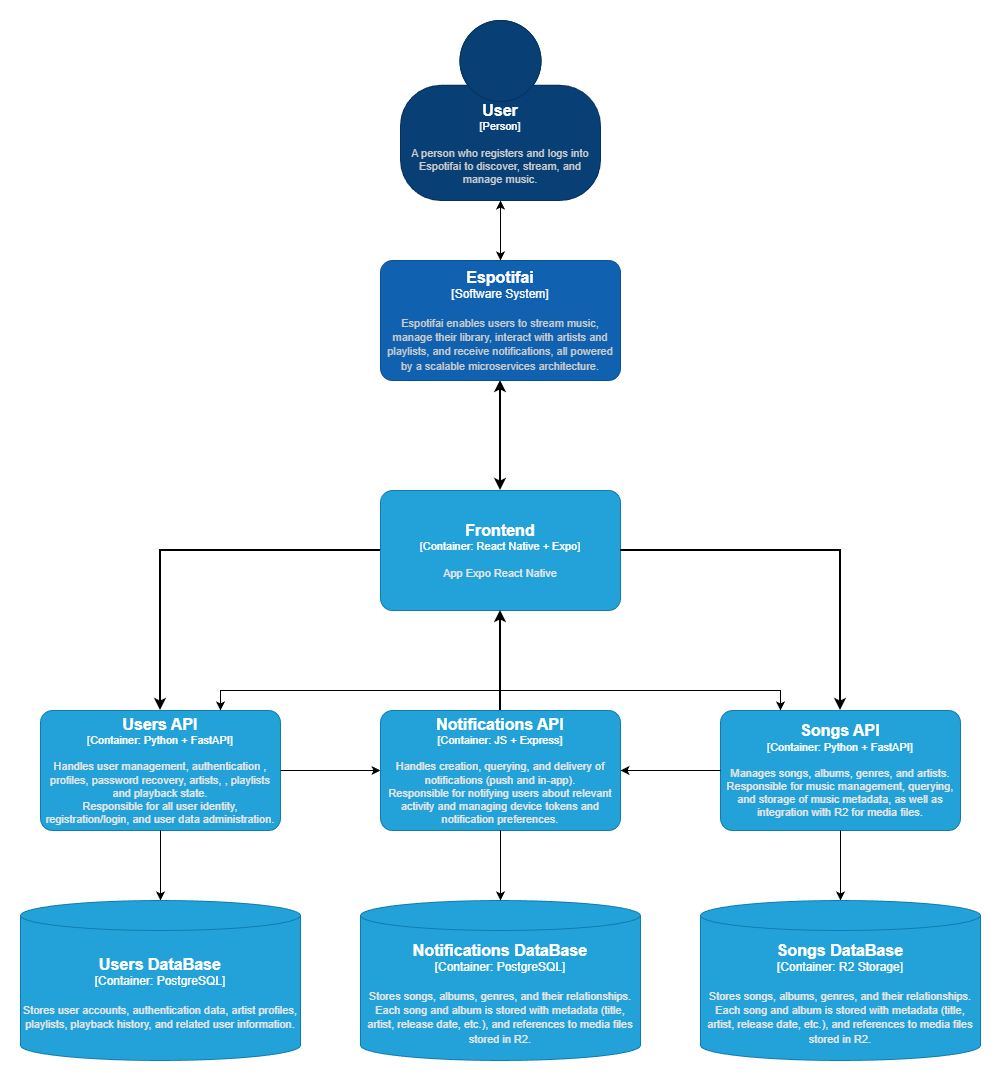
The draw.io diagram assets/architecture.png in is2-tp-espotifai/espotifai.github.io, before a commit. Source tidied: cells renumbered, new cells last; positions are measured from the earlier drawing's top-left corner, leaving out a move shared by most shapes. Source of this version:
```xml
<mxGraphModel>
  <root>
    <mxCell id="0" />
    <mxCell id="1" parent="0" />
    <object id="2" label="&lt;font style=&quot;font-size: 16px&quot;&gt;&lt;b&gt;%c4Name%&lt;/b&gt;&lt;/font&gt;&lt;div&gt;[%c4Type%: %c4Technology%]&lt;/div&gt;&lt;br&gt;&lt;div&gt;&lt;font style=&quot;font-size: 11px&quot;&gt;&lt;font color=&quot;#E6E6E6&quot;&gt;%c4Description%&lt;/font&gt;&lt;/div&gt;" c4Description="App Expo React Native" c4Name="Frontend" c4Technology="React Native + Expo" c4Type="Container" placeholders="1">
      <mxCell style="rounded=1;whiteSpace=wrap;html=1;fontSize=11;labelBackgroundColor=none;fillColor=#23A2D9;fontColor=#ffffff;align=center;arcSize=10;strokeColor=#0E7DAD;points=[[0.25,0,0],[0.5,0,0],[0.75,0,0],[1,0.25,0],[1,0.5,0],[1,0.75,0],[0.75,1,0],[0.5,1,0],[0.25,1,0],[0,0.75,0],[0,0.5,0],[0,0.25,0]];" parent="1" vertex="1">
        <mxGeometry x="360" y="470" width="240" height="120" as="geometry" />
      </mxCell>
    </object>
    <object id="3" label="&lt;font style=&quot;font-size: 16px&quot;&gt;&lt;b&gt;%c4Name%&lt;/b&gt;&lt;/font&gt;&lt;div&gt;[%c4Type%: %c4Technology%]&lt;/div&gt;&lt;br&gt;&lt;div&gt;&lt;font style=&quot;font-size: 11px&quot;&gt;&lt;font color=&quot;#E6E6E6&quot;&gt;%c4Description%&lt;/font&gt;&lt;/div&gt;" c4Description="Handles user management, authentication , profiles, password recovery, artists, , playlists and playback state.&#10;Responsible for all user identity, registration/login, and user data administration." c4Name="Users API" c4Technology="Python + FastAPI" c4Type="Container" placeholders="1">
      <mxCell style="rounded=1;whiteSpace=wrap;html=1;fontSize=11;labelBackgroundColor=none;fillColor=#23A2D9;fontColor=#ffffff;align=center;arcSize=10;strokeColor=#0E7DAD;points=[[0.25,0,0],[0.5,0,0],[0.75,0,0],[1,0.25,0],[1,0.5,0],[1,0.75,0],[0.75,1,0],[0.5,1,0],[0.25,1,0],[0,0.75,0],[0,0.5,0],[0,0.25,0]];" parent="1" vertex="1">
        <mxGeometry x="20" y="690" width="240" height="120" as="geometry" />
      </mxCell>
    </object>
    <object id="4" label="&lt;font style=&quot;font-size: 16px&quot;&gt;&lt;b&gt;%c4Name%&lt;/b&gt;&lt;/font&gt;&lt;div&gt;[%c4Type%: %c4Technology%]&lt;/div&gt;&lt;br&gt;&lt;div&gt;&lt;font style=&quot;font-size: 11px&quot;&gt;&lt;font color=&quot;#E6E6E6&quot;&gt;%c4Description%&lt;/font&gt;&lt;/div&gt;" c4Description="Manages songs, albums, genres, and artists.&#10;Responsible for music management, querying, and storage of music metadata, as well as integration with R2 for media files." c4Name="Songs API" c4Technology="Python + FastAPI" c4Type="Container" placeholders="1">
      <mxCell style="rounded=1;whiteSpace=wrap;html=1;fontSize=11;labelBackgroundColor=none;fillColor=#23A2D9;fontColor=#ffffff;align=center;arcSize=10;strokeColor=#0E7DAD;points=[[0.25,0,0],[0.5,0,0],[0.75,0,0],[1,0.25,0],[1,0.5,0],[1,0.75,0],[0.75,1,0],[0.5,1,0],[0.25,1,0],[0,0.75,0],[0,0.5,0],[0,0.25,0]];" parent="1" vertex="1">
        <mxGeometry x="700" y="690" width="240" height="120" as="geometry" />
      </mxCell>
    </object>
    <object id="5" label="&lt;font style=&quot;font-size: 16px&quot;&gt;&lt;b&gt;%c4Name%&lt;/b&gt;&lt;/font&gt;&lt;div&gt;[%c4Type%: %c4Technology%]&lt;/div&gt;&lt;br&gt;&lt;div&gt;&lt;font style=&quot;font-size: 11px&quot;&gt;&lt;font color=&quot;#E6E6E6&quot;&gt;%c4Description%&lt;/font&gt;&lt;/div&gt;" c4Description="Handles creation, querying, and delivery of notifications (push and in-app).&#10;Responsible for notifying users about relevant activity and managing device tokens and notification preferences." c4Name="Notifications API" c4Technology="JS + Express" c4Type="Container" placeholders="1">
      <mxCell style="rounded=1;whiteSpace=wrap;html=1;fontSize=11;labelBackgroundColor=none;fillColor=#23A2D9;fontColor=#ffffff;align=center;arcSize=10;strokeColor=#0E7DAD;points=[[0.25,0,0],[0.5,0,0],[0.75,0,0],[1,0.25,0],[1,0.5,0],[1,0.75,0],[0.75,1,0],[0.5,1,0],[0.25,1,0],[0,0.75,0],[0,0.5,0],[0,0.25,0]];" parent="1" vertex="1">
        <mxGeometry x="360" y="690" width="240" height="120" as="geometry" />
      </mxCell>
    </object>
    <object id="6" label="&lt;font style=&quot;font-size: 16px&quot;&gt;&lt;b&gt;%c4Name%&lt;/b&gt;&lt;/font&gt;&lt;div&gt;[%c4Type%:&amp;nbsp;%c4Technology%]&lt;/div&gt;&lt;br&gt;&lt;div&gt;&lt;font style=&quot;font-size: 11px&quot;&gt;&lt;font color=&quot;#E6E6E6&quot;&gt;%c4Description%&lt;/font&gt;&lt;/div&gt;" c4Description="Stores user accounts, authentication data, artist profiles, playlists, playback history, and related user information." c4Name="Users DataBase" c4Technology="PostgreSQL" c4Type="Container" placeholders="1">
      <mxCell style="shape=cylinder3;size=15;whiteSpace=wrap;html=1;boundedLbl=1;rounded=0;labelBackgroundColor=none;fillColor=#23A2D9;fontSize=12;fontColor=#ffffff;align=center;strokeColor=#0E7DAD;points=[[0.5,0,0],[1,0.25,0],[1,0.5,0],[1,0.75,0],[0.5,1,0],[0,0.75,0],[0,0.5,0],[0,0.25,0]];" parent="1" vertex="1">
        <mxGeometry y="880" width="280" height="160" as="geometry" />
      </mxCell>
    </object>
    <object id="7" label="&lt;font style=&quot;font-size: 16px&quot;&gt;&lt;b&gt;%c4Name%&lt;/b&gt;&lt;/font&gt;&lt;div&gt;[%c4Type%:&amp;nbsp;%c4Technology%]&lt;/div&gt;&lt;br&gt;&lt;div&gt;&lt;font style=&quot;font-size: 11px&quot;&gt;&lt;font color=&quot;#E6E6E6&quot;&gt;%c4Description%&lt;/font&gt;&lt;/div&gt;" c4Description="Stores songs, albums, genres, and their relationships.&#10;Each song and album is stored with metadata (title, artist, release date, etc.), and references to media files stored in R2." c4Name="Songs DataBase" c4Technology="R2 Storage" c4Type="Container" placeholders="1">
      <mxCell style="shape=cylinder3;size=15;whiteSpace=wrap;html=1;boundedLbl=1;rounded=0;labelBackgroundColor=none;fillColor=#23A2D9;fontSize=12;fontColor=#ffffff;align=center;strokeColor=#0E7DAD;points=[[0.5,0,0],[1,0.25,0],[1,0.5,0],[1,0.75,0],[0.5,1,0],[0,0.75,0],[0,0.5,0],[0,0.25,0]];" parent="1" vertex="1">
        <mxGeometry x="680" y="880" width="280" height="160" as="geometry" />
      </mxCell>
    </object>
    <object id="8" label="&lt;font style=&quot;font-size: 16px&quot;&gt;&lt;b&gt;%c4Name%&lt;/b&gt;&lt;/font&gt;&lt;div&gt;[%c4Type%:&amp;nbsp;%c4Technology%]&lt;/div&gt;&lt;br&gt;&lt;div&gt;&lt;font style=&quot;font-size: 11px&quot;&gt;&lt;font color=&quot;#E6E6E6&quot;&gt;%c4Description%&lt;/font&gt;&lt;/div&gt;" c4Description="Stores songs, albums, genres, and their relationships.&#10;Each song and album is stored with metadata (title, artist, release date, etc.), and references to media files stored in R2." c4Name="Notifications DataBase" c4Technology="PostgreSQL" c4Type="Container" placeholders="1">
      <mxCell style="shape=cylinder3;size=15;whiteSpace=wrap;html=1;boundedLbl=1;rounded=0;labelBackgroundColor=none;fillColor=#23A2D9;fontSize=12;fontColor=#ffffff;align=center;strokeColor=#0E7DAD;points=[[0.5,0,0],[1,0.25,0],[1,0.5,0],[1,0.75,0],[0.5,1,0],[0,0.75,0],[0,0.5,0],[0,0.25,0]];" parent="1" vertex="1">
        <mxGeometry x="340" y="880" width="280" height="160" as="geometry" />
      </mxCell>
    </object>
    <mxCell id="9" style="edgeStyle=orthogonalEdgeStyle;rounded=0;jettySize=auto;html=1;entryX=0.5;entryY=0;entryDx=0;entryDy=0;entryPerimeter=0;" parent="1" edge="1" source="4" target="7">
      <mxGeometry relative="1" as="geometry" />
    </mxCell>
    <mxCell id="10" style="edgeStyle=orthogonalEdgeStyle;rounded=0;jettySize=auto;html=1;entryX=0.5;entryY=0;entryDx=0;entryDy=0;entryPerimeter=0;" parent="1" edge="1" source="5" target="8">
      <mxGeometry relative="1" as="geometry" />
    </mxCell>
    <mxCell id="11" style="edgeStyle=orthogonalEdgeStyle;rounded=0;jettySize=auto;html=1;entryX=0.5;entryY=0;entryDx=0;entryDy=0;entryPerimeter=0;" parent="1" edge="1" source="3" target="6">
      <mxGeometry relative="1" as="geometry" />
    </mxCell>
    <mxCell id="12" style="edgeStyle=orthogonalEdgeStyle;rounded=0;jettySize=auto;html=1;entryX=0.5;entryY=1;entryDx=0;entryDy=0;entryPerimeter=0;strokeWidth=2;" parent="1" edge="1" source="5" target="2">
      <mxGeometry relative="1" as="geometry" />
    </mxCell>
    <mxCell id="13" style="edgeStyle=orthogonalEdgeStyle;rounded=0;jettySize=auto;html=1;entryX=0.5;entryY=0;entryDx=0;entryDy=0;entryPerimeter=0;strokeWidth=2;" parent="1" edge="1" source="2" target="3">
      <mxGeometry relative="1" as="geometry" />
    </mxCell>
    <mxCell id="14" style="edgeStyle=orthogonalEdgeStyle;rounded=0;jettySize=auto;html=1;entryX=0.5;entryY=0;entryDx=0;entryDy=0;entryPerimeter=0;strokeWidth=2;" parent="1" edge="1" source="2" target="4">
      <mxGeometry relative="1" as="geometry" />
    </mxCell>
    <mxCell id="15" style="edgeStyle=orthogonalEdgeStyle;rounded=0;jettySize=auto;html=1;entryX=1;entryY=0.5;entryDx=0;entryDy=0;entryPerimeter=0;" parent="1" edge="1" source="4" target="5">
      <mxGeometry relative="1" as="geometry" />
    </mxCell>
    <mxCell id="16" style="edgeStyle=orthogonalEdgeStyle;rounded=0;jettySize=auto;html=1;entryX=0;entryY=0.5;entryDx=0;entryDy=0;entryPerimeter=0;" parent="1" edge="1" source="3" target="5">
      <mxGeometry relative="1" as="geometry" />
    </mxCell>
    <mxCell id="17" style="edgeStyle=orthogonalEdgeStyle;rounded=0;jettySize=auto;html=1;entryX=0.25;entryY=0;entryDx=0;entryDy=0;entryPerimeter=0;startArrow=classic;startFill=1;flowAnimation=0;targetPerimeterSpacing=0;" parent="1" edge="1" source="3" target="4">
      <mxGeometry relative="1" as="geometry">
        <Array as="points">
          <mxPoint x="200" y="670" />
          <mxPoint x="760" y="670" />
        </Array>
      </mxGeometry>
    </mxCell>
    <mxCell id="18" style="edgeStyle=orthogonalEdgeStyle;rounded=0;jettySize=auto;html=1;startArrow=classic;startFill=1;strokeWidth=2;" parent="1" edge="1" source="19" target="2">
      <mxGeometry relative="1" as="geometry" />
    </mxCell>
    <object id="19" label="&lt;font style=&quot;font-size: 16px&quot;&gt;&lt;b&gt;%c4Name%&lt;/b&gt;&lt;/font&gt;&lt;div&gt;[%c4Type%]&lt;/div&gt;&lt;br&gt;&lt;div&gt;&lt;font style=&quot;font-size: 11px&quot;&gt;&lt;font color=&quot;#cccccc&quot;&gt;%c4Description%&lt;/font&gt;&lt;/div&gt;" c4Description="Espotifai enables users to stream music, manage their library, interact with artists and playlists, and receive notifications, all powered by a scalable microservices architecture." c4Name="Espotifai" c4Type="Software System" placeholders="1">
      <mxCell style="rounded=1;whiteSpace=wrap;html=1;labelBackgroundColor=none;fillColor=#1061B0;fontColor=#ffffff;align=center;arcSize=10;strokeColor=#0D5091;points=[[0.25,0,0],[0.5,0,0],[0.75,0,0],[1,0.25,0],[1,0.5,0],[1,0.75,0],[0.75,1,0],[0.5,1,0],[0.25,1,0],[0,0.75,0],[0,0.5,0],[0,0.25,0]];" parent="1" vertex="1">
        <mxGeometry x="360" y="240" width="240" height="120" as="geometry" />
      </mxCell>
    </object>
    <object id="20" label="&lt;font style=&quot;font-size: 16px&quot;&gt;&lt;b&gt;%c4Name%&lt;/b&gt;&lt;/font&gt;&lt;div&gt;[%c4Type%]&lt;/div&gt;&lt;br&gt;&lt;div&gt;&lt;font style=&quot;font-size: 11px&quot;&gt;&lt;font color=&quot;#cccccc&quot;&gt;%c4Description%&lt;/font&gt;&lt;/div&gt;" c4Description="A person who registers and logs into Espotifai to discover, stream, and manage music." c4Name="User" c4Type="Person" placeholders="1">
      <mxCell style="html=1;fontSize=11;dashed=0;whiteSpace=wrap;fillColor=#083F75;strokeColor=#06315C;fontColor=#ffffff;shape=mxgraph.c4.person2;align=center;points=[[0.5,0,0],[1,0.5,0],[1,0.75,0],[0.75,1,0],[0.5,1,0],[0.25,1,0],[0,0.75,0],[0,0.5,0]];" parent="1" vertex="1">
        <mxGeometry x="380" width="200" height="180" as="geometry" />
      </mxCell>
    </object>
    <mxCell id="21" style="edgeStyle=orthogonalEdgeStyle;rounded=0;jettySize=auto;html=1;entryX=0.5;entryY=0;entryDx=0;entryDy=0;entryPerimeter=0;startArrow=classic;startFill=1;" parent="1" edge="1" source="20" target="19">
      <mxGeometry relative="1" as="geometry" />
    </mxCell>
  </root>
</mxGraphModel>
```
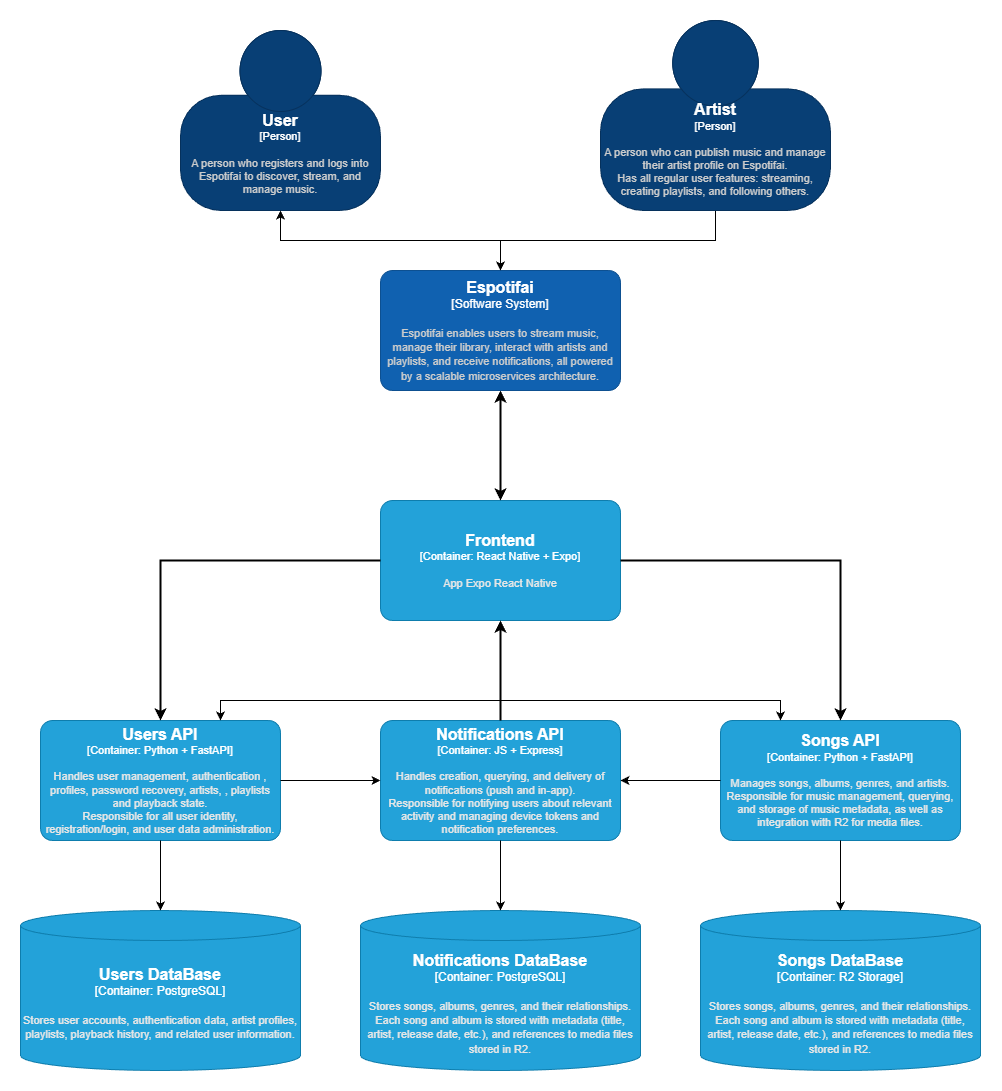
The same file after the commit.

Commit message:
add ux prototypes and modify architecture

The edit, as a diff of the source:
```diff
@@ -79,11 +79,19 @@
     </object>
     <object id="20" label="&lt;font style=&quot;font-size: 16px&quot;&gt;&lt;b&gt;%c4Name%&lt;/b&gt;&lt;/font&gt;&lt;div&gt;[%c4Type%]&lt;/div&gt;&lt;br&gt;&lt;div&gt;&lt;font style=&quot;font-size: 11px&quot;&gt;&lt;font color=&quot;#cccccc&quot;&gt;%c4Description%&lt;/font&gt;&lt;/div&gt;" c4Description="A person who registers and logs into Espotifai to discover, stream, and manage music." c4Name="User" c4Type="Person" placeholders="1">
       <mxCell style="html=1;fontSize=11;dashed=0;whiteSpace=wrap;fillColor=#083F75;strokeColor=#06315C;fontColor=#ffffff;shape=mxgraph.c4.person2;align=center;points=[[0.5,0,0],[1,0.5,0],[1,0.75,0],[0.75,1,0],[0.5,1,0],[0.25,1,0],[0,0.75,0],[0,0.5,0]];" parent="1" vertex="1">
-        <mxGeometry x="380" width="200" height="180" as="geometry" />
+        <mxGeometry x="160" width="200" height="180" as="geometry" />
       </mxCell>
     </object>
     <mxCell id="21" style="edgeStyle=orthogonalEdgeStyle;rounded=0;jettySize=auto;html=1;entryX=0.5;entryY=0;entryDx=0;entryDy=0;entryPerimeter=0;startArrow=classic;startFill=1;" parent="1" edge="1" source="20" target="19">
       <mxGeometry relative="1" as="geometry" />
     </mxCell>
+    <mxCell id="22" style="edgeStyle=orthogonalEdgeStyle;rounded=0;jettySize=auto;html=1;" parent="1" edge="1" source="23" target="19">
+      <mxGeometry relative="1" as="geometry" />
+    </mxCell>
+    <object id="23" label="&lt;font style=&quot;font-size: 16px&quot;&gt;&lt;b&gt;%c4Name%&lt;/b&gt;&lt;/font&gt;&lt;div&gt;[%c4Type%]&lt;/div&gt;&lt;br&gt;&lt;div&gt;&lt;font style=&quot;font-size: 11px&quot;&gt;&lt;font color=&quot;#cccccc&quot;&gt;%c4Description%&lt;/font&gt;&lt;/div&gt;" c4Description="A person who can publish music and manage their artist profile on Espotifai.&#10;Has all regular user features: streaming, creating playlists, and following others." c4Name="Artist" c4Type="Person" placeholders="1">
+      <mxCell style="html=1;fontSize=11;dashed=0;whiteSpace=wrap;fillColor=#083F75;strokeColor=#06315C;fontColor=#ffffff;shape=mxgraph.c4.person2;align=center;points=[[0.5,0,0],[1,0.5,0],[1,0.75,0],[0.75,1,0],[0.5,1,0],[0.25,1,0],[0,0.75,0],[0,0.5,0]];" parent="1" vertex="1">
+        <mxGeometry x="580" y="-10" width="230" height="190" as="geometry" />
+      </mxCell>
+    </object>
   </root>
 </mxGraphModel>
```
